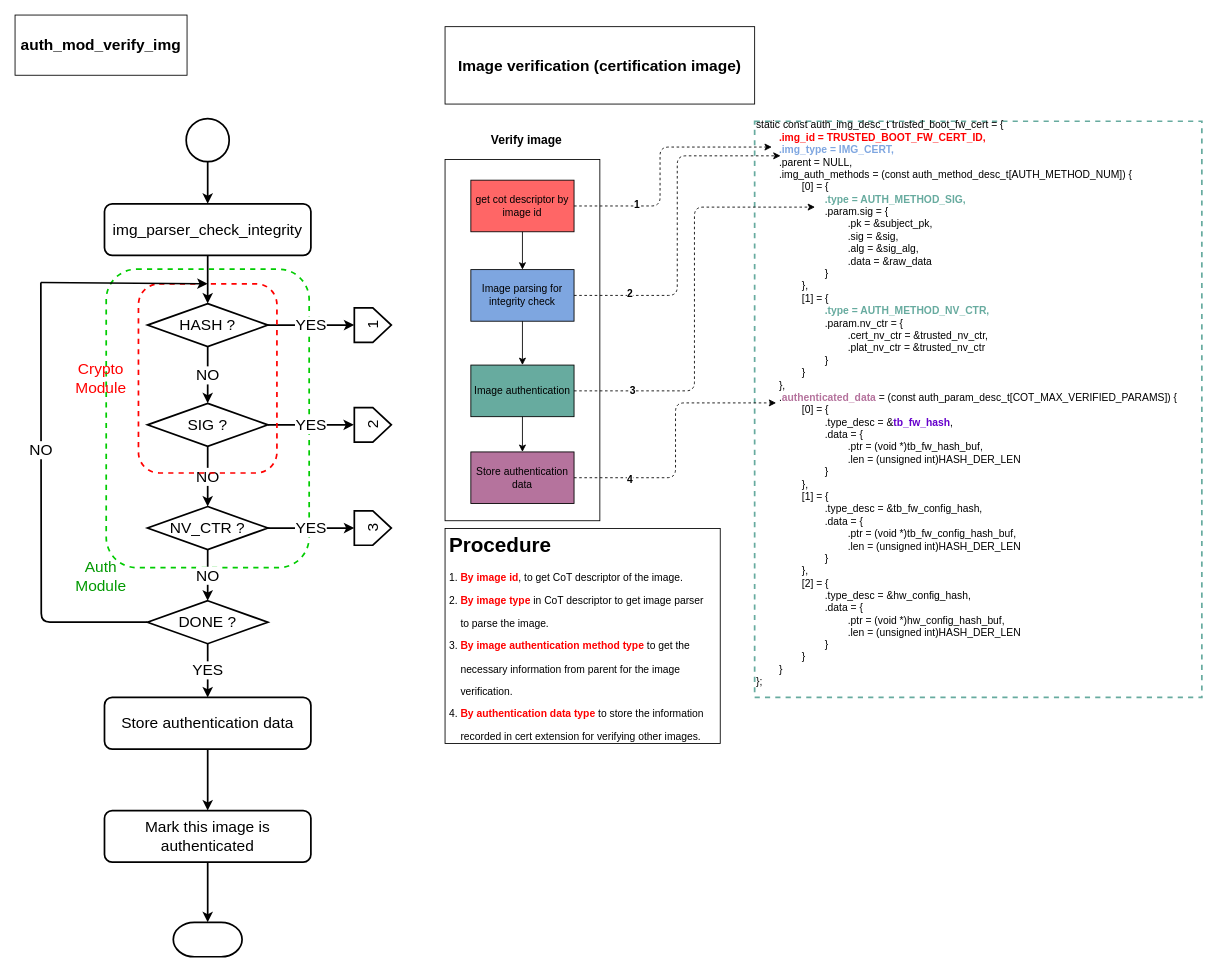
This is page "auth_mod_verify_img" (6 of 16) of mbedx509_parser.drawio from daichin/secureboot, a draw.io file, before an edit. Source tidied: cells renumbered, new cells numbered last; positions are measured from the earlier drawing's top-left corner, leaving out a move shared by most shapes. Both pictures are drawn from the tidied source at 86%, with x=0, y=0 at pixel (15, 15).
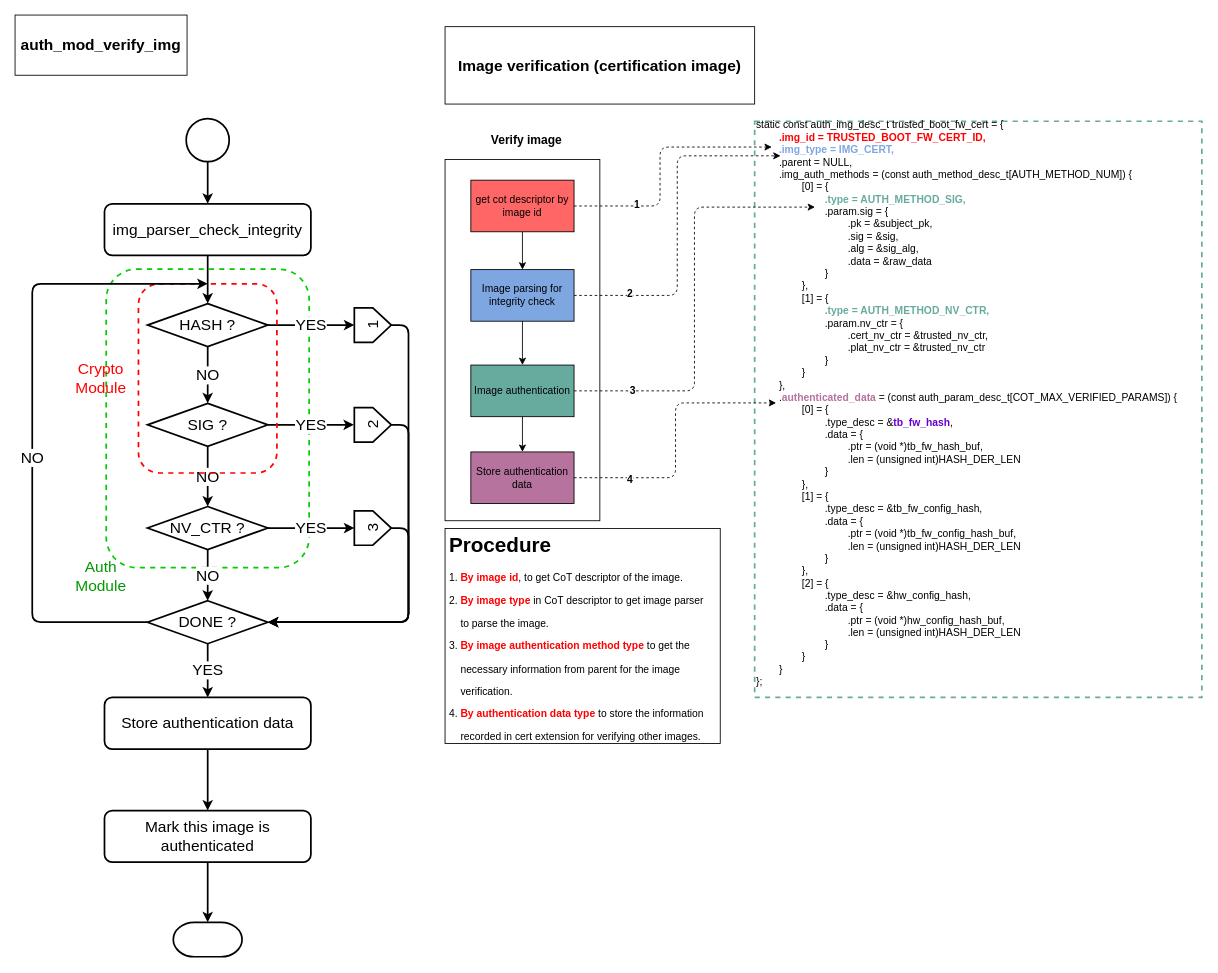
The same diagram, later.

Unchanged cells that the change refers to:
```xml
<mxCell id="41" value="1" style="verticalLabelPosition=middle;verticalAlign=middle;strokeWidth=2;shape=offPageConnector;rounded=0;size=0.5;rotation=-90;horizontal=1;labelPosition=center;align=center;html=1;fontSize=18;gradientColor=none;shadow=0;direction=east;flipV=0;" parent="1" vertex="1">
  <mxGeometry x="396" y="339" width="40" height="43" as="geometry" />
</mxCell>
<mxCell id="42" value="2" style="verticalLabelPosition=middle;verticalAlign=middle;strokeWidth=2;shape=offPageConnector;rounded=0;size=0.5;rotation=-90;horizontal=1;labelPosition=center;align=center;html=1;fontSize=18;gradientColor=none;shadow=0;direction=east;flipV=0;" parent="1" vertex="1">
  <mxGeometry x="396" y="455" width="40" height="43" as="geometry" />
</mxCell>
<mxCell id="43" value="3" style="verticalLabelPosition=middle;verticalAlign=middle;strokeWidth=2;shape=offPageConnector;rounded=0;size=0.5;rotation=-90;horizontal=1;labelPosition=center;align=center;html=1;fontSize=18;gradientColor=none;shadow=0;direction=east;flipV=0;" parent="1" vertex="1">
  <mxGeometry x="396" y="575" width="40" height="43" as="geometry" />
</mxCell>
<mxCell id="44" style="rounded=1;whiteSpace=wrap;html=1;shadow=0;fontSize=18;align=center;fillColor=none;dashed=1;strokeWidth=2;strokeColor=#FF0000;" parent="1" vertex="1">
  <mxGeometry x="143.5" y="312.5" width="161" height="220" as="geometry" />
</mxCell>
<mxCell id="49" value="DONE ?" style="strokeWidth=2;html=1;shape=mxgraph.flowchart.decision;whiteSpace=wrap;fontSize=18;" parent="1" vertex="1">
  <mxGeometry x="154" y="681" width="140" height="50" as="geometry" />
</mxCell>
```

What changed in the source:
```diff
@@
+    <mxCell id="55" style="edgeStyle=orthogonalEdgeStyle;rounded=1;jettySize=auto;html=1;exitX=0.5;exitY=1;exitDx=0;exitDy=0;entryX=1;entryY=0.5;entryDx=0;entryDy=0;entryPerimeter=0;endArrow=classic;endFill=1;strokeColor=#000000;strokeWidth=2;fontFamily=Helvetica;fontSize=18;fontColor=#000000;" parent="1" edge="1" source="41" target="49">
+      <mxGeometry relative="1" as="geometry" />
+    </mxCell>
@@
+    <mxCell id="56" style="edgeStyle=orthogonalEdgeStyle;rounded=1;jettySize=auto;html=1;exitX=0.5;exitY=1;exitDx=0;exitDy=0;entryX=1;entryY=0.5;entryDx=0;entryDy=0;entryPerimeter=0;endArrow=classic;endFill=1;strokeColor=#000000;strokeWidth=2;fontFamily=Helvetica;fontSize=18;fontColor=#000000;" parent="1" edge="1" source="42" target="49">
+      <mxGeometry relative="1" as="geometry" />
+    </mxCell>
@@
+    <mxCell id="57" style="edgeStyle=orthogonalEdgeStyle;rounded=1;jettySize=auto;html=1;exitX=0.5;exitY=1;exitDx=0;exitDy=0;entryX=1;entryY=0.5;entryDx=0;entryDy=0;entryPerimeter=0;endArrow=classic;endFill=1;strokeColor=#000000;strokeWidth=2;fontFamily=Helvetica;fontSize=18;fontColor=#000000;" parent="1" edge="1" source="43" target="49">
+      <mxGeometry relative="1" as="geometry" />
+    </mxCell>
@@
-    <mxCell id="47" value="NO" style="edgeStyle=orthogonalEdgeStyle;rounded=1;jettySize=auto;html=1;exitX=0;exitY=0.5;exitDx=0;exitDy=0;exitPerimeter=0;endArrow=none;endFill=0;strokeColor=#000000;strokeWidth=2;fontFamily=Helvetica;fontSize=18;fontColor=#000000;" parent="1" edge="1" source="49">
-      <mxGeometry x="0.25" relative="1" as="geometry">
-        <mxPoint x="30" y="311" as="targetPoint" />
-      </mxGeometry>
-    </mxCell>
@@
-    <mxCell id="50" style="endArrow=classic;html=1;strokeColor=#000000;strokeWidth=2;fontFamily=Helvetica;fontSize=18;fontColor=#000000;entryX=0.5;entryY=0;entryDx=0;entryDy=0;" parent="1" edge="1" target="44">
-      <mxGeometry relative="1" as="geometry">
-        <mxPoint x="30" y="311" as="sourcePoint" />
-      </mxGeometry>
-    </mxCell>
@@
+    <mxCell id="47" value="NO" style="edgeStyle=elbowEdgeStyle;elbow=horizontal;endArrow=classic;html=1;strokeColor=#000000;strokeWidth=2;fontFamily=Helvetica;fontSize=18;fontColor=#000000;exitX=0;exitY=0.5;exitDx=0;exitDy=0;exitPerimeter=0;entryX=0.5;entryY=0;entryDx=0;entryDy=0;" parent="1" edge="1" source="49" target="44">
+      <mxGeometry x="-0.11" relative="1" as="geometry">
+        <Array as="points">
+          <mxPoint x="20" y="495" />
+        </Array>
+        <mxPoint y="1" as="offset" />
+      </mxGeometry>
+    </mxCell>
```
